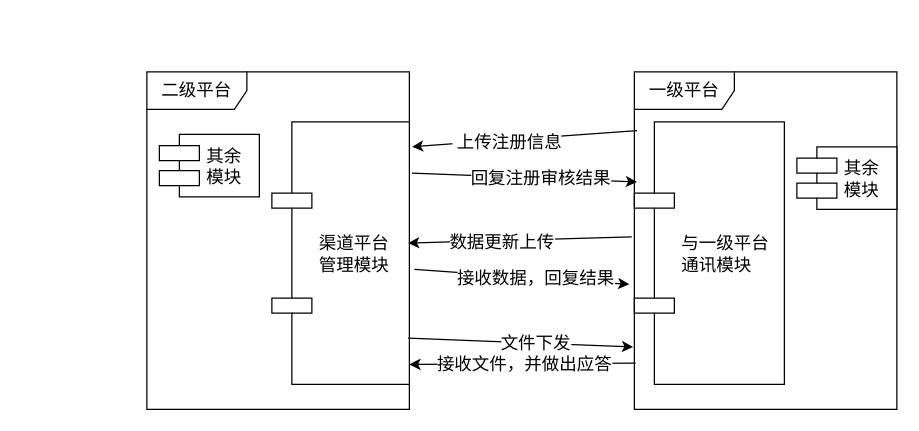
Above: IOT-communication.drawio in waterwatermelon/graph (draw.io), before the change. Source tidied: cells renumbered, new cells numbered last; positions are measured from the earlier drawing's top-left corner, leaving out a move shared by most shapes. Both pictures are drawn from the tidied source at 125%, with x=0, y=0 at pixel (146, 71).
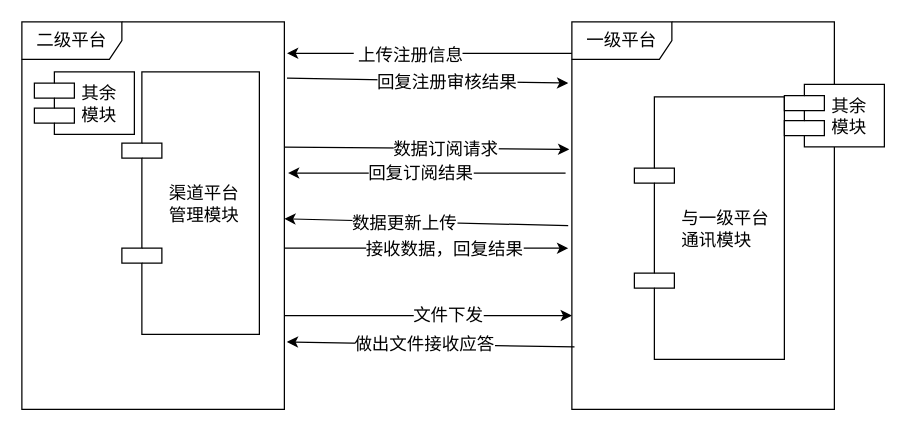
After the change.

The edit, as a diff of the source:
```diff
@@
     <mxCell id="2" value="&lt;font style=&quot;font-size: 14px&quot;&gt;二级平台&lt;/font&gt;" style="shape=umlFrame;whiteSpace=wrap;html=1;width=80;height=30;" parent="1" vertex="1">
-      <mxGeometry width="210" height="270" as="geometry" />
+      <mxGeometry x="-100" y="-40" width="210" height="310" as="geometry" />
     </mxCell>
     <mxCell id="3" value="&lt;font style=&quot;font-size: 14px&quot;&gt;一级平台&lt;/font&gt;" style="shape=umlFrame;whiteSpace=wrap;html=1;width=80;height=30;" parent="1" vertex="1">
-      <mxGeometry x="390" width="210" height="270" as="geometry" />
+      <mxGeometry x="340" y="-40" width="210" height="310" as="geometry" />
     </mxCell>
     <mxCell id="4" value="渠道平台&#10;管理模块" style="shape=component;align=left;spacingLeft=36;fontSize=14;" parent="1" vertex="1">
-      <mxGeometry x="100" y="40" width="110" height="210" as="geometry" />
+      <mxGeometry x="-20" width="110" height="210" as="geometry" />
     </mxCell>
     <mxCell id="5" value="与一级平台&#10;通讯模块" style="shape=component;align=left;spacingLeft=36;fontSize=14;" parent="1" vertex="1">
-      <mxGeometry x="390" y="40" width="120" height="210" as="geometry" />
+      <mxGeometry x="390" y="20" width="120" height="210" as="geometry" />
     </mxCell>
-    <mxCell id="6" style="endArrow=classic;html=1;fontSize=14;exitX=0.01;exitY=0.174;exitDx=0;exitDy=0;exitPerimeter=0;entryX=1.01;entryY=0.222;entryDx=0;entryDy=0;entryPerimeter=0;" parent="1" edge="1" source="3" target="2">
-      <mxGeometry relative="1" as="geometry" />
-    </mxCell>
+    <mxCell id="20" style="endArrow=classic;html=1;fontSize=14;exitX=0;exitY=0.081;exitDx=0;exitDy=0;exitPerimeter=0;entryX=1.01;entryY=0.081;entryDx=0;entryDy=0;entryPerimeter=0;" parent="1" edge="1" source="3" target="2">
+      <mxGeometry relative="1" as="geometry" />
+    </mxCell>
-    <mxCell id="7" value="&amp;nbsp;&lt;span&gt;上传注册信息&lt;/span&gt;" style="text;html=1;align=center;verticalAlign=middle;labelBackgroundColor=#ffffff;fontSize=14;" parent="6" vertex="1">
+    <mxCell id="7" value="&amp;nbsp;&lt;span&gt;上传注册信息&lt;/span&gt;" style="text;html=1;align=center;verticalAlign=middle;labelBackgroundColor=#ffffff;fontSize=14;" parent="20" vertex="1">
       <mxGeometry x="0.16" y="1" relative="1" as="geometry" />
     </mxCell>
-    <mxCell id="8" style="endArrow=classic;html=1;fontSize=14;entryX=0.01;entryY=0.326;entryDx=0;entryDy=0;entryPerimeter=0;exitX=1.01;exitY=0.3;exitDx=0;exitDy=0;exitPerimeter=0;" parent="1" edge="1" source="2" target="3">
-      <mxGeometry relative="1" as="geometry" />
-    </mxCell>
+    <mxCell id="21" style="endArrow=classic;html=1;fontSize=14;exitX=1.01;exitY=0.145;exitDx=0;exitDy=0;exitPerimeter=0;entryX=-0.014;entryY=0.158;entryDx=0;entryDy=0;entryPerimeter=0;" parent="1" edge="1" source="2" target="3">
+      <mxGeometry relative="1" as="geometry" />
+    </mxCell>
-    <mxCell id="9" value="&lt;span&gt;回复注册审核结果&lt;/span&gt;" style="text;html=1;align=center;verticalAlign=middle;labelBackgroundColor=#ffffff;fontSize=14;" parent="8" vertex="1">
+    <mxCell id="9" value="&lt;span&gt;回复注册审核结果&lt;/span&gt;" style="text;html=1;align=center;verticalAlign=middle;labelBackgroundColor=#ffffff;fontSize=14;" parent="21" vertex="1">
       <mxGeometry x="0.13" relative="1" as="geometry" />
     </mxCell>
-    <mxCell id="10" style="endArrow=classic;html=1;fontSize=14;entryX=0.995;entryY=0.507;entryDx=0;entryDy=0;entryPerimeter=0;exitX=-0.01;exitY=0.489;exitDx=0;exitDy=0;exitPerimeter=0;" parent="1" edge="1" source="3" target="2">
-      <mxGeometry relative="1" as="geometry" />
-    </mxCell>
+    <mxCell id="22" style="endArrow=classic;html=1;fontSize=14;exitX=-0.014;exitY=0.526;exitDx=0;exitDy=0;exitPerimeter=0;" parent="1" edge="1" source="3" target="2">
+      <mxGeometry relative="1" as="geometry" />
+    </mxCell>
-    <mxCell id="11" value="&lt;span&gt;数据更新上传&lt;/span&gt;&lt;br&gt;" style="text;html=1;align=center;verticalAlign=middle;labelBackgroundColor=#ffffff;fontSize=14;" parent="10" vertex="1">
+    <mxCell id="11" value="&lt;span&gt;数据更新上传&lt;/span&gt;&lt;br&gt;" style="text;html=1;align=center;verticalAlign=middle;labelBackgroundColor=#ffffff;fontSize=14;" parent="22" vertex="1">
       <mxGeometry x="0.16" y="1" relative="1" as="geometry" />
     </mxCell>
-    <mxCell id="12" style="endArrow=classic;html=1;fontSize=14;exitX=1.019;exitY=0.585;exitDx=0;exitDy=0;exitPerimeter=0;" parent="1" edge="1" source="2">
-      <mxGeometry relative="1" as="geometry">
-        <mxPoint x="386" y="170" as="targetPoint" />
-      </mxGeometry>
-    </mxCell>
+    <mxCell id="23" style="endArrow=classic;html=1;fontSize=14;entryX=-0.014;entryY=0.584;entryDx=0;entryDy=0;entryPerimeter=0;" parent="1" edge="1" target="3">
+      <mxGeometry relative="1" as="geometry">
+        <mxPoint x="110" y="141" as="sourcePoint" />
+      </mxGeometry>
+    </mxCell>
-    <mxCell id="13" value="&lt;span&gt;接收数据，回复结果&lt;/span&gt;&lt;br&gt;" style="text;html=1;align=center;verticalAlign=middle;labelBackgroundColor=#ffffff;fontSize=14;" parent="12" vertex="1">
+    <mxCell id="13" value="&lt;span&gt;接收数据，回复结果&lt;/span&gt;&lt;br&gt;" style="text;html=1;align=center;verticalAlign=middle;labelBackgroundColor=#ffffff;fontSize=14;" parent="23" vertex="1">
       <mxGeometry x="0.13" relative="1" as="geometry" />
     </mxCell>
-    <mxCell id="14" style="endArrow=classic;html=1;fontSize=14;exitX=0.005;exitY=0.863;exitDx=0;exitDy=0;exitPerimeter=0;entryX=1;entryY=0.924;entryDx=0;entryDy=0;entryPerimeter=0;" parent="1" edge="1" source="3" target="4">
-      <mxGeometry relative="1" as="geometry" />
-    </mxCell>
-    <mxCell id="15" value="&lt;span&gt;接收文件，并做出应答&lt;/span&gt;" style="text;html=1;align=center;verticalAlign=middle;labelBackgroundColor=#ffffff;fontSize=14;" parent="14" vertex="1">
-      <mxGeometry x="0.24" y="5" relative="1" as="geometry">
-        <mxPoint x="22" y="-5" as="offset" />
-      </mxGeometry>
-    </mxCell>
-    <mxCell id="16" style="endArrow=classic;html=1;fontSize=14;exitX=0.995;exitY=0.789;exitDx=0;exitDy=0;exitPerimeter=0;" parent="1" edge="1" source="2">
-      <mxGeometry relative="1" as="geometry">
-        <mxPoint x="389" y="220" as="targetPoint" />
-      </mxGeometry>
-    </mxCell>
+    <mxCell id="24" style="endArrow=classic;html=1;fontSize=14;entryX=0;entryY=0.758;entryDx=0;entryDy=0;entryPerimeter=0;exitX=1;exitY=0.758;exitDx=0;exitDy=0;exitPerimeter=0;" parent="1" edge="1" source="2" target="3">
+      <mxGeometry relative="1" as="geometry" />
+    </mxCell>
-    <mxCell id="17" value="&lt;span&gt;文件下发&lt;/span&gt;&lt;br&gt;" style="text;html=1;align=center;verticalAlign=middle;labelBackgroundColor=#ffffff;fontSize=14;" parent="16" vertex="1">
+    <mxCell id="17" value="&lt;span&gt;文件下发&lt;/span&gt;&lt;br&gt;" style="text;html=1;align=center;verticalAlign=middle;labelBackgroundColor=#ffffff;fontSize=14;" parent="24" vertex="1">
       <mxGeometry x="0.13" relative="1" as="geometry" />
     </mxCell>
-    <mxCell id="18" value="其余&#10;模块" style="shape=component;align=left;spacingLeft=36;fontSize=14;" parent="1" vertex="1">
-      <mxGeometry x="10" y="50" width="80" height="50" as="geometry" />
-    </mxCell>
-    <mxCell id="19" value="其余&#10;模块" style="shape=component;align=left;spacingLeft=36;fontSize=14;" parent="1" vertex="1">
-      <mxGeometry x="520" y="60" width="80" height="50" as="geometry" />
-    </mxCell>
+    <mxCell id="25" value="其余&#10;模块" style="shape=component;align=left;spacingLeft=36;fontSize=14;" parent="1" vertex="1">
+      <mxGeometry x="-90" width="80" height="50" as="geometry" />
+    </mxCell>
+    <mxCell id="26" value="其余&#10;模块" style="shape=component;align=left;spacingLeft=36;fontSize=14;" parent="1" vertex="1">
+      <mxGeometry x="510" y="10" width="80" height="50" as="geometry" />
+    </mxCell>
+    <mxCell id="27" style="endArrow=classic;html=1;fontSize=14;exitX=1;exitY=0.323;exitDx=0;exitDy=0;exitPerimeter=0;entryX=-0.01;entryY=0.329;entryDx=0;entryDy=0;entryPerimeter=0;" parent="1" edge="1" source="2" target="3">
+      <mxGeometry relative="1" as="geometry" />
+    </mxCell>
+    <mxCell id="28" value="数据订阅请求" style="text;html=1;align=center;verticalAlign=middle;labelBackgroundColor=#ffffff;fontSize=14;" parent="27" vertex="1">
+      <mxGeometry x="0.13" relative="1" as="geometry" />
+    </mxCell>
+    <mxCell id="29" style="endArrow=classic;html=1;fontSize=14;exitX=0.01;exitY=0.839;exitDx=0;exitDy=0;exitPerimeter=0;" parent="1" edge="1" source="3">
+      <mxGeometry relative="1" as="geometry">
+        <mxPoint x="112" y="216" as="targetPoint" />
+      </mxGeometry>
+    </mxCell>
+    <mxCell id="30" value="做出文件接收应答" style="text;html=1;align=center;verticalAlign=middle;labelBackgroundColor=#ffffff;fontSize=14;" parent="29" vertex="1">
+      <mxGeometry x="0.24" y="5" relative="1" as="geometry">
+        <mxPoint x="22" y="-5" as="offset" />
+      </mxGeometry>
+    </mxCell>
+    <mxCell id="31" style="endArrow=classic;html=1;fontSize=14;exitX=-0.024;exitY=0.39;exitDx=0;exitDy=0;exitPerimeter=0;entryX=1.014;entryY=0.39;entryDx=0;entryDy=0;entryPerimeter=0;" parent="1" edge="1" source="3" target="2">
+      <mxGeometry relative="1" as="geometry" />
+    </mxCell>
+    <mxCell id="32" value="回复订阅结果" style="text;html=1;align=center;verticalAlign=middle;labelBackgroundColor=#ffffff;fontSize=14;" parent="31" vertex="1">
+      <mxGeometry x="0.24" y="5" relative="1" as="geometry">
+        <mxPoint x="22" y="-5" as="offset" />
+      </mxGeometry>
+    </mxCell>
```
